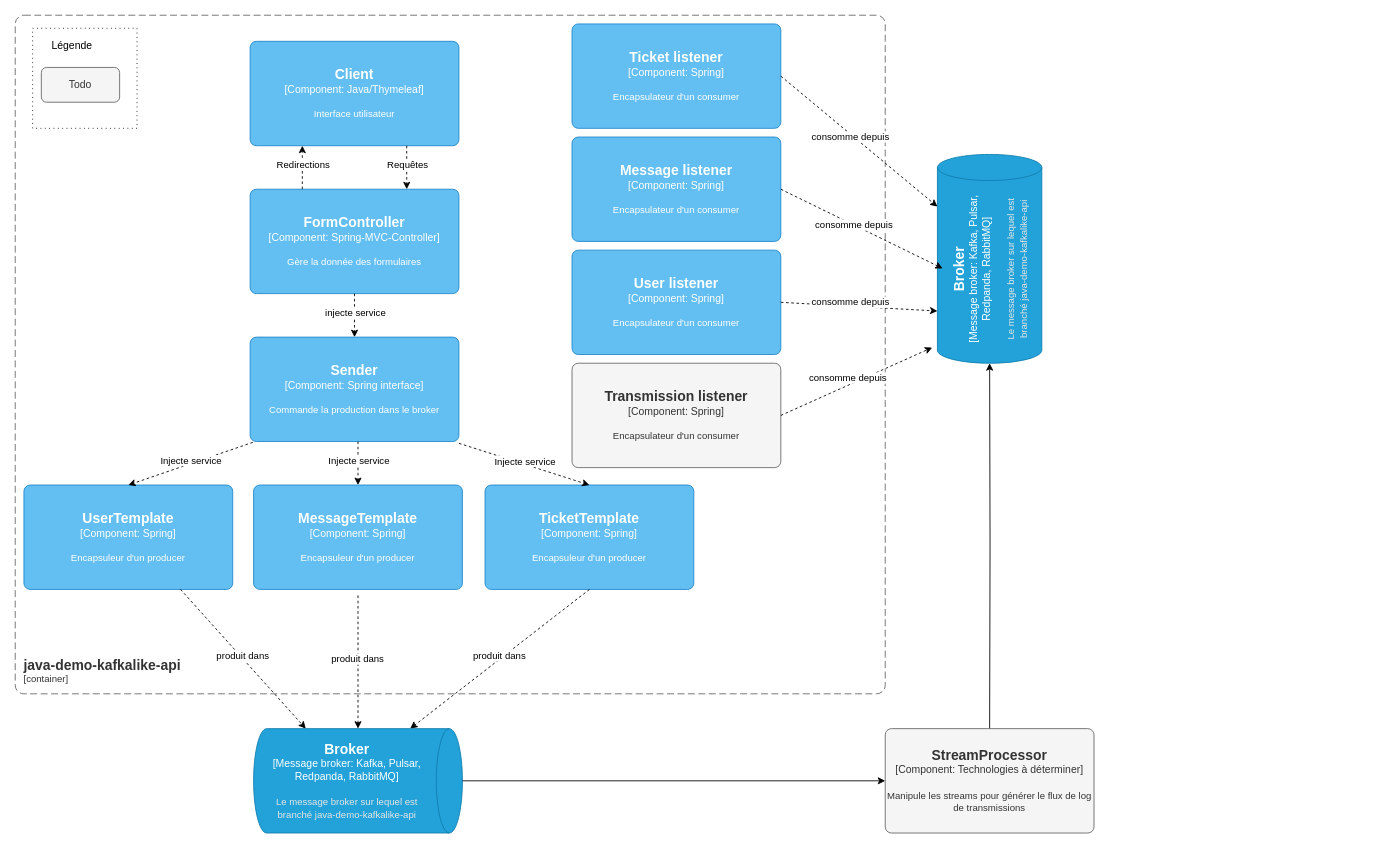
Earlier version of the draw.io diagram component.drawio (Folichonne/repTest). Source tidied: cells renumbered, new cells numbered last; positions are measured from the earlier drawing's top-left corner, leaving out a move shared by most shapes. Both pictures are drawn from the tidied source at 87%, with x=0, y=0 at pixel (15, 15).
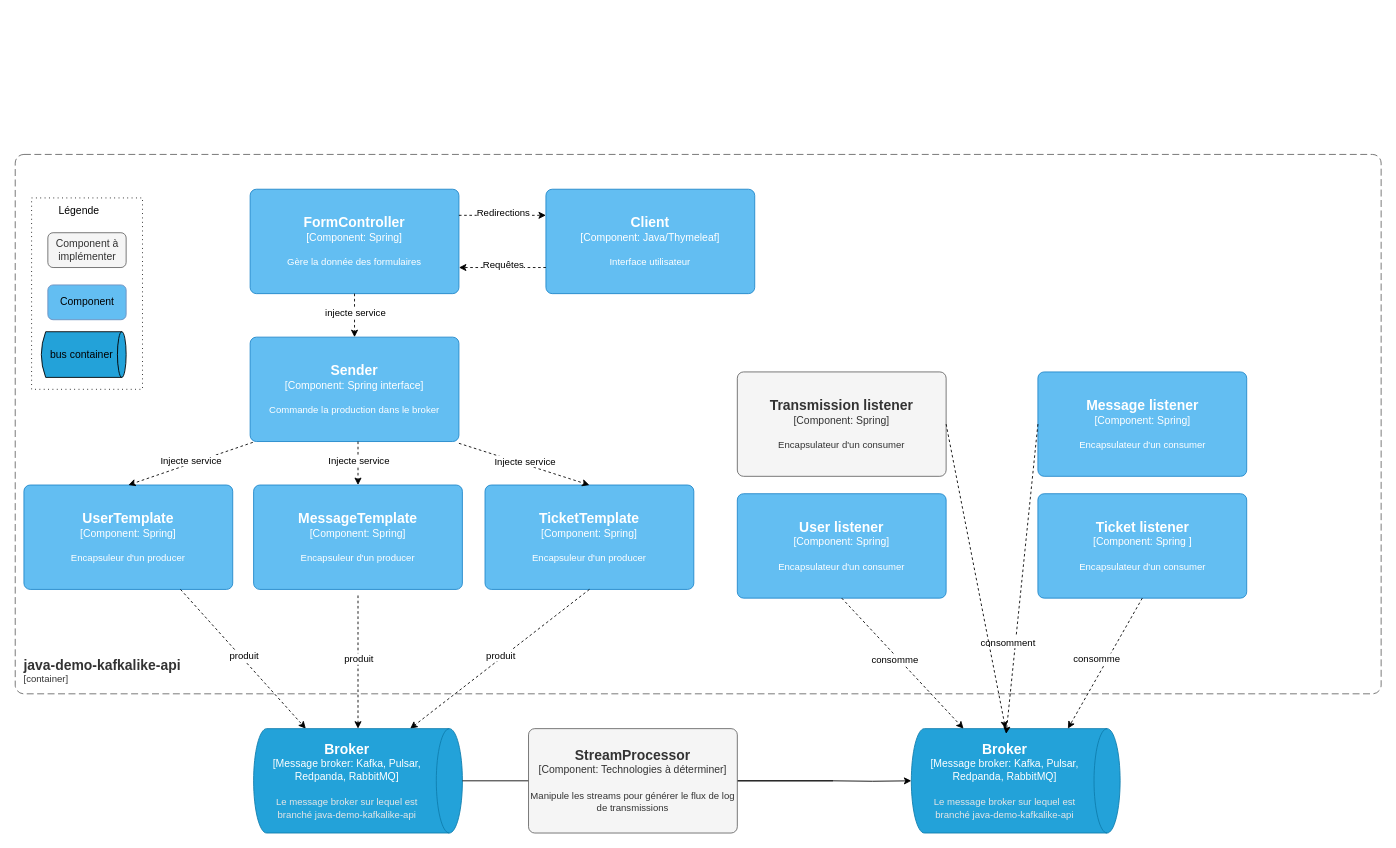
The same diagram, later.

Commit message:
Mettre à jour component.drawio

The change refers to these unchanged cells:
```xml
<mxCell id="21" style="endArrow=classic;html=1;rounded=0;dashed=1;exitX=0.75;exitY=1;exitDx=0;exitDy=0;exitPerimeter=0;entryX=0;entryY=0.75;entryDx=0;entryDy=0;entryPerimeter=0;" parent="1" edge="1" source="10" target="28">
  <mxGeometry relative="1" as="geometry" />
</mxCell>
<mxCell id="23" style="endArrow=classic;html=1;rounded=0;entryX=0;entryY=0.5;entryDx=0;entryDy=0;entryPerimeter=0;dashed=1;exitX=0.5;exitY=1.058;exitDx=0;exitDy=0;exitPerimeter=0;" parent="1" edge="1" source="13" target="28">
  <mxGeometry relative="1" as="geometry" />
</mxCell>
<mxCell id="25" style="endArrow=classic;html=1;rounded=0;entryX=0;entryY=0.25;entryDx=0;entryDy=0;entryPerimeter=0;dashed=1;exitX=0.5;exitY=1;exitDx=0;exitDy=0;exitPerimeter=0;" parent="1" edge="1" source="14" target="28">
  <mxGeometry relative="1" as="geometry" />
</mxCell>
```

Diff of the diagram source:
```diff
@@
     <object id="2" label="&lt;font style=&quot;font-size: 16px&quot;&gt;&lt;b&gt;%c4Name%&lt;/b&gt;&lt;/font&gt;&lt;div&gt;[%c4Type%: %c4Technology%]&lt;/div&gt;&lt;br&gt;&lt;div&gt;&lt;font style=&quot;font-size: 11px&quot;&gt;%c4Description%&lt;/font&gt;&lt;/div&gt;" c4Description="Interface utilisateur" c4Name="Client" c4Technology="Java/Thymeleaf" c4Type="Component" placeholders="1">
       <mxCell style="rounded=1;whiteSpace=wrap;html=1;labelBackgroundColor=none;fillColor=#63BEF2;fontColor=#ffffff;align=center;arcSize=6;strokeColor=#2086C9;points=[[0.25,0,0],[0.5,0,0],[0.75,0,0],[1,0.25,0],[1,0.5,0],[1,0.75,0],[0.75,1,0],[0.5,1,0],[0.25,1,0],[0,0.75,0],[0,0.5,0],[0,0.25,0]];" parent="1" vertex="1">
-        <mxGeometry x="270" y="30" width="240" height="120" as="geometry" />
+        <mxGeometry x="610" y="200" width="240" height="120" as="geometry" />
       </mxCell>
     </object>
     <object id="3" label="&lt;font style=&quot;font-size: 16px&quot;&gt;&lt;b&gt;&lt;div style=&quot;text-align: left&quot;&gt;%c4Name%&lt;/div&gt;&lt;/b&gt;&lt;/font&gt;&lt;div style=&quot;text-align: left&quot;&gt;[%c4Application%]&lt;/div&gt;" c4Application="container" c4Name="java-demo-kafkalike-api" placeholders="1">
       <mxCell style="rounded=1;fontSize=11;whiteSpace=wrap;html=1;dashed=1;arcSize=20;fillColor=none;strokeColor=#666666;fontColor=#333333;labelBackgroundColor=none;align=left;verticalAlign=bottom;labelBorderColor=none;spacingTop=0;spacing=10;dashPattern=8 4;perimeter=rectanglePerimeter;noLabel=0;labelPadding=0;absoluteArcSize=1;" parent="1" vertex="1">
-        <mxGeometry width="1000" height="780" as="geometry" />
+        <mxGeometry y="160" width="1570" height="620" as="geometry" />
       </mxCell>
     </object>
-    <object id="4" label="&lt;font style=&quot;font-size: 16px&quot;&gt;&lt;b&gt;%c4Name%&lt;/b&gt;&lt;/font&gt;&lt;div&gt;[%c4Type%: %c4Technology%]&lt;/div&gt;&lt;br&gt;&lt;div&gt;&lt;font style=&quot;font-size: 11px&quot;&gt;%c4Description%&lt;/font&gt;&lt;/div&gt;" c4Description="Gère la donnée des formulaires" c4Name="FormController" c4Technology="Spring-MVC-Controller" c4Type="Component" placeholders="1">
+    <object id="4" label="&lt;font style=&quot;font-size: 16px&quot;&gt;&lt;b&gt;%c4Name%&lt;/b&gt;&lt;/font&gt;&lt;div&gt;[%c4Type%: %c4Technology%]&lt;/div&gt;&lt;br&gt;&lt;div&gt;&lt;font style=&quot;font-size: 11px&quot;&gt;%c4Description%&lt;/font&gt;&lt;/div&gt;" c4Description="Gère la donnée des formulaires" c4Name="FormController" c4Technology="Spring" c4Type="Component" placeholders="1">
       <mxCell style="rounded=1;whiteSpace=wrap;html=1;labelBackgroundColor=none;fillColor=#63BEF2;fontColor=#ffffff;align=center;arcSize=6;strokeColor=#2086C9;points=[[0.25,0,0],[0.5,0,0],[0.75,0,0],[1,0.25,0],[1,0.5,0],[1,0.75,0],[0.75,1,0],[0.5,1,0],[0.25,1,0],[0,0.75,0],[0,0.5,0],[0,0.25,0]];" parent="1" vertex="1">
         <mxGeometry x="270" y="200" width="240" height="120" as="geometry" />
       </mxCell>
     </object>
-    <mxCell id="5" style="endArrow=classic;html=1;rounded=0;entryX=0.75;entryY=0;entryDx=0;entryDy=0;entryPerimeter=0;dashed=1;" parent="1" edge="1" target="4">
-      <mxGeometry relative="1" as="geometry">
-        <mxPoint x="450" y="150" as="sourcePoint" />
-      </mxGeometry>
+    <mxCell id="5" style="endArrow=classic;html=1;rounded=0;entryX=1;entryY=0.75;entryDx=0;entryDy=0;entryPerimeter=0;dashed=1;exitX=0;exitY=0.75;exitDx=0;exitDy=0;exitPerimeter=0;" parent="1" edge="1" source="2" target="4">
+      <mxGeometry relative="1" as="geometry" />
     </mxCell>
@@
-    <mxCell id="11" style="endArrow=classic;html=1;rounded=0;entryX=0.25;entryY=1;entryDx=0;entryDy=0;entryPerimeter=0;exitX=0.25;exitY=0;exitDx=0;exitDy=0;exitPerimeter=0;dashed=1;" parent="1" edge="1" source="4" target="2">
+    <mxCell id="11" style="endArrow=classic;html=1;rounded=0;entryX=0;entryY=0.25;entryDx=0;entryDy=0;entryPerimeter=0;exitX=1;exitY=0.25;exitDx=0;exitDy=0;exitPerimeter=0;dashed=1;" parent="1" edge="1" source="4" target="2">
       <mxGeometry relative="1" as="geometry" />
     </mxCell>
@@
-    <mxCell id="22" value="produit dans&amp;nbsp;" style="edgeLabel;html=1;align=center;verticalAlign=middle;" parent="21" vertex="1">
+    <mxCell id="22" value="produit " style="edgeLabel;html=1;align=center;verticalAlign=middle;" parent="21" vertex="1">
       <mxGeometry relative="1" as="geometry">
         <mxPoint y="-4" as="offset" />
       </mxGeometry>
     </mxCell>
@@
-    <mxCell id="24" value="produit dans&amp;nbsp;" style="edgeLabel;html=1;align=center;verticalAlign=middle;" parent="23" vertex="1">
+    <mxCell id="24" value="produit" style="edgeLabel;html=1;align=center;verticalAlign=middle;" parent="23" vertex="1">
       <mxGeometry relative="1" as="geometry">
         <mxPoint y="-4" as="offset" />
       </mxGeometry>
     </mxCell>
@@
-    <mxCell id="26" value="produit dans&amp;nbsp;" style="edgeLabel;html=1;align=center;verticalAlign=middle;" parent="25" vertex="1">
+    <mxCell id="26" value="produit" style="edgeLabel;html=1;align=center;verticalAlign=middle;" parent="25" vertex="1">
       <mxGeometry relative="1" as="geometry">
         <mxPoint y="-4" as="offset" />
       </mxGeometry>
     </mxCell>
     <mxCell id="27" style="edgeStyle=orthogonalEdgeStyle;rounded=0;jettySize=auto;html=1;entryX=0.5;entryY=1;entryDx=0;entryDy=0;entryPerimeter=0;" parent="1" edge="1" target="29">
       <mxGeometry relative="1" as="geometry">
-        <mxPoint x="1120" y="820" as="sourcePoint" />
+        <mxPoint x="940" y="880" as="sourcePoint" />
       </mxGeometry>
     </mxCell>
     <object id="28" label="&lt;font style=&quot;font-size: 16px&quot;&gt;&lt;b&gt;%c4Type%&lt;/b&gt;&lt;/font&gt;&lt;div&gt;[%c4Container%:&amp;nbsp;%c4Technology%]&lt;/div&gt;&lt;br&gt;&lt;div&gt;&lt;font style=&quot;font-size: 11px&quot;&gt;&lt;font color=&quot;#E6E6E6&quot;&gt;%c4Description%&lt;/font&gt;&lt;/div&gt;" c4Container="Message broker" c4Description="Le message broker sur lequel est branché java-demo-kafkalike-api" c4Technology="Kafka, Pulsar, Redpanda, RabbitMQ" c4Type="Broker" placeholders="1">
-      <mxCell style="shape=cylinder3;size=15;direction=south;whiteSpace=wrap;html=1;boundedLbl=1;rounded=0;labelBackgroundColor=none;fillColor=#23A2D9;fontSize=12;fontColor=#ffffff;align=center;strokeColor=#0E7DAD;points=[[0.5,0,0],[1,0.25,0],[1,0.5,0],[1,0.75,0],[0.5,1,0],[0,0.75,0],[0,0.5,0],[0,0.25,0]];" parent="1" vertex="1">
+      <mxCell style="shape=cylinder3;size=15;direction=south;whiteSpace=wrap;html=1;boundedLbl=1;rounded=0;labelBackgroundColor=none;fillColor=#23A2D9;fontSize=12;fontColor=#ffffff;align=center;strokeColor=#0e7dad;points=[[0.5,0,0],[1,0.25,0],[1,0.5,0],[1,0.75,0],[0.5,1,0],[0,0.75,0],[0,0.5,0],[0,0.25,0]];" parent="1" vertex="1">
         <mxGeometry x="274" y="820" width="240" height="120" as="geometry" />
       </mxCell>
     </object>
     <object id="29" label="&lt;font style=&quot;font-size: 16px&quot;&gt;&lt;b&gt;%c4Type%&lt;/b&gt;&lt;/font&gt;&lt;div&gt;[%c4Container%:&amp;nbsp;%c4Technology%]&lt;/div&gt;&lt;br&gt;&lt;div&gt;&lt;font style=&quot;font-size: 11px&quot;&gt;&lt;font color=&quot;#E6E6E6&quot;&gt;%c4Description%&lt;/font&gt;&lt;/div&gt;" c4Container="Message broker" c4Description="Le message broker sur lequel est branché java-demo-kafkalike-api" c4Technology="Kafka, Pulsar, Redpanda, RabbitMQ" c4Type="Broker" placeholders="1">
-      <mxCell style="shape=cylinder3;size=15;direction=south;whiteSpace=wrap;html=1;boundedLbl=1;rounded=0;labelBackgroundColor=none;fillColor=#23A2D9;fontSize=12;fontColor=#ffffff;align=center;strokeColor=#0E7DAD;points=[[0.5,0,0],[1,0.25,0],[1,0.5,0],[1,0.75,0],[0.5,1,0],[0,0.75,0],[0,0.5,0],[0,0.25,0]];rotation=-90;" parent="1" vertex="1">
-        <mxGeometry x="1000" y="220" width="240" height="120" as="geometry" />
+      <mxCell style="shape=cylinder3;size=15;direction=south;whiteSpace=wrap;html=1;boundedLbl=1;rounded=0;labelBackgroundColor=none;fillColor=#23A2D9;fontSize=12;fontColor=#ffffff;align=center;strokeColor=#0E7DAD;points=[[0.5,0,0],[1,0.25,0],[1,0.5,0],[1,0.75,0],[0.5,1,0],[0,0.75,0],[0,0.5,0],[0,0.25,0]];rotation=0;" parent="1" vertex="1">
+        <mxGeometry x="1030" y="820" width="240" height="120" as="geometry" />
       </mxCell>
     </object>
-    <object id="30" label="&lt;font style=&quot;font-size: 16px&quot;&gt;&lt;b&gt;%c4Name%&lt;/b&gt;&lt;/font&gt;&lt;div&gt;[%c4Type%: %c4Technology%]&lt;/div&gt;&lt;br&gt;&lt;div&gt;&lt;font style=&quot;font-size: 11px&quot;&gt;%c4Description%&lt;/font&gt;&lt;/div&gt;" c4Description="Encapsulateur d'un consumer" c4Name="Ticket listener" c4Technology="Spring" c4Type="Component" placeholders="1">
+    <object id="30" label="&lt;font style=&quot;font-size: 16px&quot;&gt;&lt;b&gt;%c4Name%&lt;/b&gt;&lt;/font&gt;&lt;div&gt;[%c4Type%: %c4Technology%]&lt;/div&gt;&lt;br&gt;&lt;div&gt;&lt;font style=&quot;font-size: 11px&quot;&gt;%c4Description%&lt;/font&gt;&lt;/div&gt;" c4Description="Encapsulateur d'un consumer" c4Name="Ticket listener" c4Technology="Spring " c4Type="Component" placeholders="1">
       <mxCell style="rounded=1;whiteSpace=wrap;html=1;labelBackgroundColor=none;fillColor=#63BEF2;fontColor=#ffffff;align=center;arcSize=6;strokeColor=#2086C9;points=[[0.25,0,0],[0.5,0,0],[0.75,0,0],[1,0.25,0],[1,0.5,0],[1,0.75,0],[0.75,1,0],[0.5,1,0],[0.25,1,0],[0,0.75,0],[0,0.5,0],[0,0.25,0]];" parent="1" vertex="1">
-        <mxGeometry x="640" y="10" width="240" height="120" as="geometry" />
+        <mxGeometry x="1175.5" y="550" width="240" height="120" as="geometry" />
       </mxCell>
     </object>
     <object id="31" label="&lt;font style=&quot;font-size: 16px&quot;&gt;&lt;b&gt;%c4Name%&lt;/b&gt;&lt;/font&gt;&lt;div&gt;[%c4Type%: %c4Technology%]&lt;/div&gt;&lt;br&gt;&lt;div&gt;&lt;font style=&quot;font-size: 11px&quot;&gt;%c4Description%&lt;/font&gt;&lt;/div&gt;" c4Description="Encapsulateur d'un consumer" c4Name="Message listener" c4Technology="Spring" c4Type="Component" placeholders="1">
       <mxCell style="rounded=1;whiteSpace=wrap;html=1;labelBackgroundColor=none;fillColor=#63BEF2;fontColor=#ffffff;align=center;arcSize=6;strokeColor=#2086C9;points=[[0.25,0,0],[0.5,0,0],[0.75,0,0],[1,0.25,0],[1,0.5,0],[1,0.75,0],[0.75,1,0],[0.5,1,0],[0.25,1,0],[0,0.75,0],[0,0.5,0],[0,0.25,0]];" parent="1" vertex="1">
-        <mxGeometry x="640" y="140" width="240" height="120" as="geometry" />
+        <mxGeometry x="1175.5" y="410" width="240" height="120" as="geometry" />
       </mxCell>
     </object>
     <object id="32" label="&lt;font style=&quot;font-size: 16px&quot;&gt;&lt;b&gt;%c4Name%&lt;/b&gt;&lt;/font&gt;&lt;div&gt;[%c4Type%: %c4Technology%]&lt;/div&gt;&lt;br&gt;&lt;div&gt;&lt;font style=&quot;font-size: 11px&quot;&gt;%c4Description%&lt;/font&gt;&lt;/div&gt;" c4Description="Encapsulateur d'un consumer" c4Name="User listener" c4Technology="Spring" c4Type="Component" placeholders="1">
       <mxCell style="rounded=1;whiteSpace=wrap;html=1;labelBackgroundColor=none;fillColor=#63BEF2;fontColor=#ffffff;align=center;arcSize=6;strokeColor=#2086C9;points=[[0.25,0,0],[0.5,0,0],[0.75,0,0],[1,0.25,0],[1,0.5,0],[1,0.75,0],[0.75,1,0],[0.5,1,0],[0.25,1,0],[0,0.75,0],[0,0.5,0],[0,0.25,0]];" parent="1" vertex="1">
-        <mxGeometry x="640" y="270" width="240" height="120" as="geometry" />
+        <mxGeometry x="830" y="550" width="240" height="120" as="geometry" />
       </mxCell>
     </object>
-    <mxCell id="33" style="endArrow=classic;html=1;rounded=0;entryX=0;entryY=0.75;entryDx=0;entryDy=0;entryPerimeter=0;dashed=1;exitX=1;exitY=0.5;exitDx=0;exitDy=0;exitPerimeter=0;" parent="1" edge="1" source="32" target="29">
+    <mxCell id="33" style="endArrow=classic;html=1;rounded=0;entryX=0;entryY=0.75;entryDx=0;entryDy=0;entryPerimeter=0;dashed=1;exitX=0.5;exitY=1;exitDx=0;exitDy=0;exitPerimeter=0;" parent="1" edge="1" source="32" target="29">
       <mxGeometry relative="1" as="geometry" />
     </mxCell>
-    <mxCell id="34" value="consomme depuis" style="edgeLabel;html=1;align=center;verticalAlign=middle;" parent="33" vertex="1">
+    <mxCell id="34" value="consomme" style="edgeLabel;html=1;align=center;verticalAlign=middle;" parent="33" vertex="1">
       <mxGeometry relative="1" as="geometry">
         <mxPoint x="-10" y="-5" as="offset" />
       </mxGeometry>
     </mxCell>
-    <mxCell id="35" style="endArrow=classic;html=1;rounded=0;entryX=0.05;entryY=0.546;entryDx=0;entryDy=0;entryPerimeter=0;dashed=1;exitX=1;exitY=0.5;exitDx=0;exitDy=0;exitPerimeter=0;" parent="1" edge="1" source="31" target="29">
+    <mxCell id="35" style="endArrow=classic;html=1;rounded=0;entryX=0.05;entryY=0.546;entryDx=0;entryDy=0;entryPerimeter=0;dashed=1;exitX=0;exitY=0.5;exitDx=0;exitDy=0;exitPerimeter=0;" parent="1" edge="1" source="31" target="29">
       <mxGeometry relative="1" as="geometry" />
     </mxCell>
-    <mxCell id="36" value="consomme depuis" style="edgeLabel;html=1;align=center;verticalAlign=middle;" parent="35" vertex="1">
+    <mxCell id="36" value="consomment" style="edgeLabel;html=1;align=center;verticalAlign=middle;" parent="35" vertex="1">
       <mxGeometry relative="1" as="geometry">
-        <mxPoint x="-10" y="-5" as="offset" />
+        <mxPoint x="-17" y="72" as="offset" />
       </mxGeometry>
     </mxCell>
-    <mxCell id="37" style="endArrow=classic;html=1;rounded=0;entryX=0;entryY=0.25;entryDx=0;entryDy=0;entryPerimeter=0;dashed=1;exitX=1;exitY=0.5;exitDx=0;exitDy=0;exitPerimeter=0;" parent="1" edge="1" source="30" target="29">
+    <mxCell id="37" style="endArrow=classic;html=1;rounded=0;entryX=0;entryY=0.25;entryDx=0;entryDy=0;entryPerimeter=0;dashed=1;exitX=0.5;exitY=1;exitDx=0;exitDy=0;exitPerimeter=0;" parent="1" edge="1" source="30" target="29">
       <mxGeometry relative="1" as="geometry" />
     </mxCell>
-    <mxCell id="38" value="consomme depuis" style="edgeLabel;html=1;align=center;verticalAlign=middle;" parent="37" vertex="1">
+    <mxCell id="38" value="consomme" style="edgeLabel;html=1;align=center;verticalAlign=middle;" parent="37" vertex="1">
       <mxGeometry relative="1" as="geometry">
         <mxPoint x="-10" y="-5" as="offset" />
       </mxGeometry>
     </mxCell>
     <object id="39" label="&lt;font style=&quot;font-size: 16px&quot;&gt;&lt;b&gt;%c4Name%&lt;/b&gt;&lt;/font&gt;&lt;div&gt;[%c4Type%: %c4Technology%]&lt;/div&gt;&lt;br&gt;&lt;div&gt;&lt;font style=&quot;font-size: 11px&quot;&gt;%c4Description%&lt;/font&gt;&lt;/div&gt;" c4Description="Encapsulateur d'un consumer" c4Name="Transmission listener" c4Technology="Spring" c4Type="Component" placeholders="1">
       <mxCell style="rounded=1;whiteSpace=wrap;html=1;labelBackgroundColor=none;fillColor=#f5f5f5;align=center;arcSize=6;strokeColor=#666666;points=[[0.25,0,0],[0.5,0,0],[0.75,0,0],[1,0.25,0],[1,0.5,0],[1,0.75,0],[0.75,1,0],[0.5,1,0],[0.25,1,0],[0,0.75,0],[0,0.5,0],[0,0.25,0]];fontColor=#333333;" parent="1" vertex="1">
-        <mxGeometry x="640" y="400" width="240" height="120" as="geometry" />
+        <mxGeometry x="830" y="410" width="240" height="120" as="geometry" />
       </mxCell>
     </object>
-    <mxCell id="40" style="endArrow=classic;html=1;rounded=0;entryX=-0.05;entryY=0.925;entryDx=0;entryDy=0;entryPerimeter=0;dashed=1;exitX=1;exitY=0.5;exitDx=0;exitDy=0;exitPerimeter=0;" parent="1" edge="1" source="39" target="29">
+    <mxCell id="40" style="endArrow=classic;html=1;rounded=0;dashed=1;exitX=1;exitY=0.5;exitDx=0;exitDy=0;exitPerimeter=0;" parent="1" edge="1" source="39" target="29">
       <mxGeometry relative="1" as="geometry" />
     </mxCell>
-    <mxCell id="41" value="consomme depuis" style="edgeLabel;html=1;align=center;verticalAlign=middle;" parent="40" vertex="1">
-      <mxGeometry relative="1" as="geometry">
-        <mxPoint x="-10" y="-5" as="offset" />
-      </mxGeometry>
-    </mxCell>
@@
     <object id="43" label="&lt;font style=&quot;font-size: 16px&quot;&gt;&lt;b&gt;%c4Name%&lt;/b&gt;&lt;/font&gt;&lt;div&gt;[%c4Type%: %c4Technology%]&lt;/div&gt;&lt;br&gt;&lt;div&gt;&lt;font style=&quot;font-size: 11px&quot;&gt;%c4Description%&lt;/font&gt;&lt;/div&gt;" c4Description="Manipule les streams pour générer le flux de log de transmissions" c4Name="StreamProcessor" c4Technology="Technologies à déterminer" c4Type="Component" placeholders="1">
       <mxCell style="rounded=1;whiteSpace=wrap;html=1;labelBackgroundColor=none;fillColor=#f5f5f5;fontColor=#333333;align=center;arcSize=6;strokeColor=#666666;points=[[0.25,0,0],[0.5,0,0],[0.75,0,0],[1,0.25,0],[1,0.5,0],[1,0.75,0],[0.75,1,0],[0.5,1,0],[0.25,1,0],[0,0.75,0],[0,0.5,0],[0,0.25,0]];" parent="1" vertex="1">
-        <mxGeometry x="1000" y="820" width="240" height="120" as="geometry" />
+        <mxGeometry x="590" y="820" width="240" height="120" as="geometry" />
       </mxCell>
     </object>
-    <mxCell id="44" value="Todo" style="rounded=1;whiteSpace=wrap;html=1;fillColor=#f5f5f5;fontColor=#333333;strokeColor=#666666;" parent="1" vertex="1">
-      <mxGeometry x="30" y="60" width="90" height="40" as="geometry" />
+    <mxCell id="44" value="Component à implémenter" style="rounded=1;whiteSpace=wrap;html=1;fillColor=#f5f5f5;fontColor=#333333;strokeColor=#666666;" parent="1" vertex="1">
+      <mxGeometry x="37.5" y="250" width="90" height="40" as="geometry" />
     </mxCell>
     <mxCell id="45" style="rounded=0;whiteSpace=wrap;html=1;fillColor=none;dashed=1;dashPattern=1 4;" parent="1" vertex="1">
-      <mxGeometry x="20" y="15" width="120" height="115" as="geometry" />
+      <mxGeometry x="18.8" y="210" width="127.5" height="220" as="geometry" />
     </mxCell>
     <mxCell id="46" value="Légende" style="text;html=1;align=center;verticalAlign=middle;strokeColor=none;fillColor=none;" parent="1" vertex="1">
-      <mxGeometry x="30" y="20" width="70" height="30" as="geometry" />
+      <mxGeometry x="37.5" y="210" width="70" height="30" as="geometry" />
     </mxCell>
+    <mxCell id="47" value="Component" style="rounded=1;whiteSpace=wrap;html=1;fillColor=#63bef2;strokeColor=#6c8ebf;" parent="1" vertex="1">
+      <mxGeometry x="37.5" y="310" width="90" height="40" as="geometry" />
+    </mxCell>
+    <mxCell id="48" value="bus container" style="shape=dataStorage;whiteSpace=wrap;html=1;fixedSize=1;size=5;fillColor=#23a2d9;" parent="1" vertex="1">
+      <mxGeometry x="30" y="363.8" width="92.5" height="52.5" as="geometry" />
+    </mxCell>
+    <mxCell id="49" style="ellipse;whiteSpace=wrap;html=1;fillColor=#23a2d9;" parent="1" vertex="1">
+      <mxGeometry x="117.5" y="363.8" width="10" height="52.5" as="geometry" />
+    </mxCell>
```
